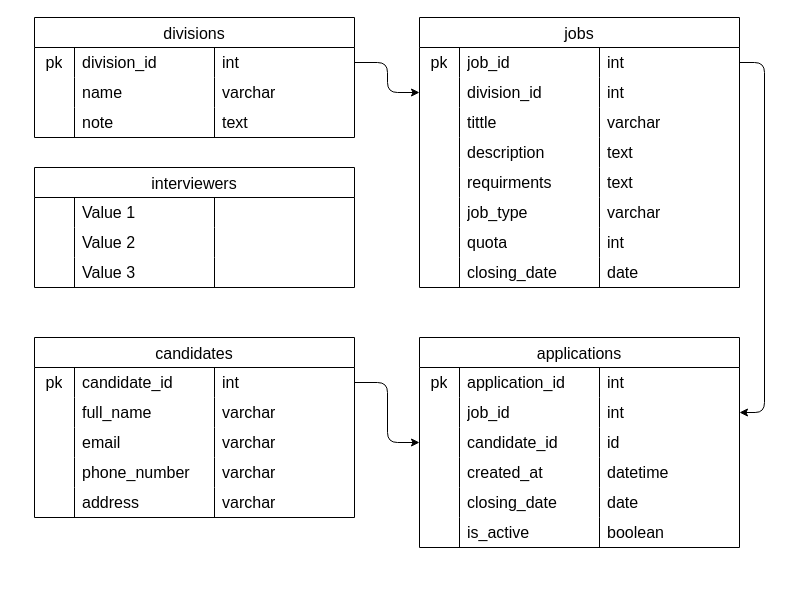
xcyltra/Group-3_Final-Exam_AP keeps this draw.io diagram as ERD.drawio. Above is the earlier version. Source tidied: cells renumbered, new cells numbered last; positions are measured from the earlier drawing's top-left corner, leaving out a move shared by most shapes. Both pictures are drawn from the tidied source at 100%, with x=0, y=0 at pixel (34, 17).
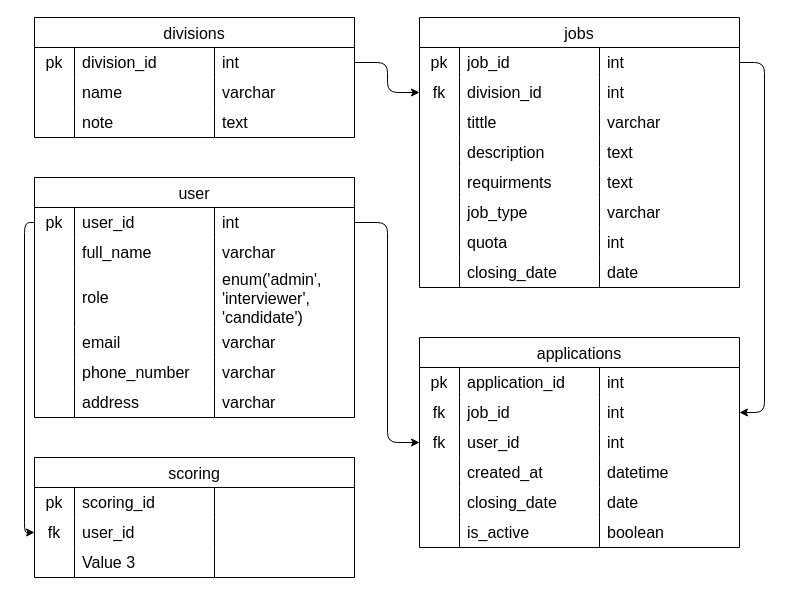
Above is the later version.

Unchanged cells that the change refers to:
```xml
<mxCell id="20" style="shape=tableRow;horizontal=0;startSize=0;swimlaneHead=0;swimlaneBody=0;top=0;left=0;bottom=0;right=0;fillColor=none;points=[[0,0.5],[1,0.5]];portConstraint=eastwest;strokeColor=inherit;fontSize=16;" parent="15" vertex="1">
  <mxGeometry y="60" width="320" height="30" as="geometry" />
</mxCell>
<mxCell id="62" style="shape=tableRow;horizontal=0;startSize=0;swimlaneHead=0;swimlaneBody=0;top=0;left=0;bottom=0;right=0;fillColor=none;points=[[0,0.5],[1,0.5]];portConstraint=eastwest;strokeColor=inherit;fontSize=16;" parent="61" vertex="1">
  <mxGeometry y="30" width="320" height="30" as="geometry" />
</mxCell>
<mxCell id="87" style="shape=tableRow;horizontal=0;startSize=0;swimlaneHead=0;swimlaneBody=0;top=0;left=0;bottom=0;right=0;fillColor=none;points=[[0,0.5],[1,0.5]];portConstraint=eastwest;strokeColor=inherit;fontSize=16;" parent="82" vertex="1">
  <mxGeometry y="60" width="320" height="30" as="geometry" />
</mxCell>
<mxCell id="91" style="shape=tableRow;horizontal=0;startSize=0;swimlaneHead=0;swimlaneBody=0;top=0;left=0;bottom=0;right=0;fillColor=none;points=[[0,0.5],[1,0.5]];portConstraint=eastwest;strokeColor=inherit;fontSize=16;" parent="82" vertex="1">
  <mxGeometry y="90" width="320" height="30" as="geometry" />
</mxCell>
```

What changed in the source:
```diff
@@
-    <mxCell id="21" style="shape=partialRectangle;html=1;whiteSpace=wrap;fillColor=none;top=0;left=0;bottom=0;right=0;overflow=hidden;strokeColor=inherit;fontSize=16;" parent="20" vertex="1">
+    <mxCell id="21" value="fk" style="shape=partialRectangle;html=1;whiteSpace=wrap;fillColor=none;top=0;left=0;bottom=0;right=0;overflow=hidden;strokeColor=inherit;fontSize=16;" parent="20" vertex="1">
       <mxGeometry width="40" height="30" as="geometry" />
     </mxCell>
@@
-    <mxCell id="48" value="interviewers" style="shape=table;startSize=30;childLayout=tableLayout;rowLines=0;fontStyle=0;strokeColor=default;fontSize=16;" parent="1" vertex="1">
-      <mxGeometry y="150" width="320" height="120" as="geometry" />
-    </mxCell>
-    <mxCell id="49" style="shape=tableRow;horizontal=0;startSize=0;swimlaneHead=0;swimlaneBody=0;top=0;left=0;bottom=0;right=0;fillColor=none;strokeColor=inherit;fontSize=16;" parent="48" vertex="1">
-      <mxGeometry y="30" width="320" height="30" as="geometry" />
-    </mxCell>
-    <mxCell id="50" style="shape=partialRectangle;html=1;whiteSpace=wrap;fillColor=none;top=0;left=0;bottom=0;right=0;overflow=hidden;strokeColor=inherit;fontSize=16;" parent="49" vertex="1">
-      <mxGeometry width="40" height="30" as="geometry" />
-    </mxCell>
-    <mxCell id="51" value="Value 1" style="shape=partialRectangle;html=1;whiteSpace=wrap;fillColor=none;top=0;left=0;bottom=0;right=0;align=left;spacingLeft=6;overflow=hidden;strokeColor=inherit;fontSize=16;" parent="49" vertex="1">
-      <mxGeometry x="40" width="140" height="30" as="geometry" />
-    </mxCell>
-    <mxCell id="52" style="shape=partialRectangle;html=1;whiteSpace=wrap;fillColor=none;top=0;left=0;bottom=0;right=0;align=left;spacingLeft=6;overflow=hidden;strokeColor=inherit;fontSize=16;" parent="49" vertex="1">
-      <mxGeometry x="180" width="140" height="30" as="geometry" />
-    </mxCell>
-    <mxCell id="53" style="shape=tableRow;horizontal=0;startSize=0;swimlaneHead=0;swimlaneBody=0;top=0;left=0;bottom=0;right=0;fillColor=none;points=[[0,0.5],[1,0.5]];portConstraint=eastwest;strokeColor=inherit;fontSize=16;" parent="48" vertex="1">
-      <mxGeometry y="60" width="320" height="30" as="geometry" />
-    </mxCell>
-    <mxCell id="54" style="shape=partialRectangle;html=1;whiteSpace=wrap;fillColor=none;top=0;left=0;bottom=0;right=0;overflow=hidden;strokeColor=inherit;fontSize=16;" parent="53" vertex="1">
-      <mxGeometry width="40" height="30" as="geometry" />
-    </mxCell>
-    <mxCell id="55" value="Value 2" style="shape=partialRectangle;html=1;whiteSpace=wrap;fillColor=none;top=0;left=0;bottom=0;right=0;align=left;spacingLeft=6;overflow=hidden;strokeColor=inherit;fontSize=16;" parent="53" vertex="1">
-      <mxGeometry x="40" width="140" height="30" as="geometry" />
-    </mxCell>
-    <mxCell id="56" style="shape=partialRectangle;html=1;whiteSpace=wrap;fillColor=none;top=0;left=0;bottom=0;right=0;align=left;spacingLeft=6;overflow=hidden;strokeColor=inherit;fontSize=16;" parent="53" vertex="1">
-      <mxGeometry x="180" width="140" height="30" as="geometry" />
-    </mxCell>
-    <mxCell id="57" style="shape=tableRow;horizontal=0;startSize=0;swimlaneHead=0;swimlaneBody=0;top=0;left=0;bottom=0;right=0;fillColor=none;strokeColor=inherit;fontSize=16;" parent="48" vertex="1">
-      <mxGeometry y="90" width="320" height="30" as="geometry" />
-    </mxCell>
-    <mxCell id="58" style="shape=partialRectangle;html=1;whiteSpace=wrap;fillColor=none;top=0;left=0;bottom=0;right=0;overflow=hidden;strokeColor=inherit;fontSize=16;" parent="57" vertex="1">
-      <mxGeometry width="40" height="30" as="geometry" />
-    </mxCell>
-    <mxCell id="59" value="Value 3" style="shape=partialRectangle;html=1;whiteSpace=wrap;fillColor=none;top=0;left=0;bottom=0;right=0;align=left;spacingLeft=6;overflow=hidden;strokeColor=inherit;fontSize=16;" parent="57" vertex="1">
-      <mxGeometry x="40" width="140" height="30" as="geometry" />
-    </mxCell>
-    <mxCell id="60" style="shape=partialRectangle;html=1;whiteSpace=wrap;fillColor=none;top=0;left=0;bottom=0;right=0;align=left;spacingLeft=6;overflow=hidden;strokeColor=inherit;fontSize=16;" parent="57" vertex="1">
-      <mxGeometry x="180" width="140" height="30" as="geometry" />
-    </mxCell>
-    <mxCell id="61" value="candidates" style="shape=table;startSize=30;childLayout=tableLayout;rowLines=0;fontStyle=0;strokeColor=default;fontSize=16;" parent="1" vertex="1">
-      <mxGeometry y="320" width="320" height="180" as="geometry" />
+    <mxCell id="61" value="user" style="shape=table;startSize=30;childLayout=tableLayout;rowLines=0;fontStyle=0;strokeColor=default;fontSize=16;" parent="1" vertex="1">
+      <mxGeometry y="160" width="320" height="240" as="geometry" />
     </mxCell>
@@
-    <mxCell id="64" value="candidate_id" style="shape=partialRectangle;html=1;whiteSpace=wrap;fillColor=none;top=0;left=0;bottom=0;right=0;align=left;spacingLeft=6;overflow=hidden;strokeColor=inherit;fontSize=16;" parent="62" vertex="1">
+    <mxCell id="64" value="user_id" style="shape=partialRectangle;html=1;whiteSpace=wrap;fillColor=none;top=0;left=0;bottom=0;right=0;align=left;spacingLeft=6;overflow=hidden;strokeColor=inherit;fontSize=16;" parent="62" vertex="1">
       <mxGeometry x="40" width="140" height="30" as="geometry" />
     </mxCell>
@@
+    <mxCell id="110" style="shape=tableRow;horizontal=0;startSize=0;swimlaneHead=0;swimlaneBody=0;top=0;left=0;bottom=0;right=0;fillColor=none;strokeColor=inherit;fontSize=16;" parent="61" vertex="1">
+      <mxGeometry y="90" width="320" height="60" as="geometry" />
+    </mxCell>
+    <mxCell id="111" style="shape=partialRectangle;html=1;whiteSpace=wrap;fillColor=none;top=0;left=0;bottom=0;right=0;overflow=hidden;strokeColor=inherit;fontSize=16;" parent="110" vertex="1">
+      <mxGeometry width="40" height="60" as="geometry" />
+    </mxCell>
+    <mxCell id="112" value="role" style="shape=partialRectangle;html=1;whiteSpace=wrap;fillColor=none;top=0;left=0;bottom=0;right=0;align=left;spacingLeft=6;overflow=hidden;strokeColor=inherit;fontSize=16;" parent="110" vertex="1">
+      <mxGeometry x="40" width="140" height="60" as="geometry" />
+    </mxCell>
+    <mxCell id="113" value="enum('admin', 'interviewer', 'candidate')" style="shape=partialRectangle;html=1;whiteSpace=wrap;fillColor=none;top=0;left=0;bottom=0;right=0;align=left;spacingLeft=6;overflow=hidden;strokeColor=inherit;fontSize=16;" parent="110" vertex="1">
+      <mxGeometry x="180" width="140" height="60" as="geometry" />
+    </mxCell>
     <mxCell id="70" style="shape=tableRow;horizontal=0;startSize=0;swimlaneHead=0;swimlaneBody=0;top=0;left=0;bottom=0;right=0;fillColor=none;strokeColor=inherit;fontSize=16;" parent="61" vertex="1">
-      <mxGeometry y="90" width="320" height="30" as="geometry" />
+      <mxGeometry y="150" width="320" height="30" as="geometry" />
     </mxCell>
@@
     <mxCell id="74" style="shape=tableRow;horizontal=0;startSize=0;swimlaneHead=0;swimlaneBody=0;top=0;left=0;bottom=0;right=0;fillColor=none;strokeColor=inherit;fontSize=16;" parent="61" vertex="1">
-      <mxGeometry y="120" width="320" height="30" as="geometry" />
+      <mxGeometry y="180" width="320" height="30" as="geometry" />
     </mxCell>
@@
     <mxCell id="78" style="shape=tableRow;horizontal=0;startSize=0;swimlaneHead=0;swimlaneBody=0;top=0;left=0;bottom=0;right=0;fillColor=none;strokeColor=inherit;fontSize=16;" parent="61" vertex="1">
-      <mxGeometry y="150" width="320" height="30" as="geometry" />
+      <mxGeometry y="210" width="320" height="30" as="geometry" />
     </mxCell>
@@
-    <mxCell id="88" style="shape=partialRectangle;html=1;whiteSpace=wrap;fillColor=none;top=0;left=0;bottom=0;right=0;overflow=hidden;strokeColor=inherit;fontSize=16;" parent="87" vertex="1">
+    <mxCell id="88" value="fk" style="shape=partialRectangle;html=1;whiteSpace=wrap;fillColor=none;top=0;left=0;bottom=0;right=0;overflow=hidden;strokeColor=inherit;fontSize=16;" parent="87" vertex="1">
       <mxGeometry width="40" height="30" as="geometry" />
     </mxCell>
@@
-    <mxCell id="92" style="shape=partialRectangle;html=1;whiteSpace=wrap;fillColor=none;top=0;left=0;bottom=0;right=0;overflow=hidden;strokeColor=inherit;fontSize=16;" parent="91" vertex="1">
+    <mxCell id="92" value="fk" style="shape=partialRectangle;html=1;whiteSpace=wrap;fillColor=none;top=0;left=0;bottom=0;right=0;overflow=hidden;strokeColor=inherit;fontSize=16;" parent="91" vertex="1">
       <mxGeometry width="40" height="30" as="geometry" />
     </mxCell>
-    <mxCell id="93" value="candidate_id" style="shape=partialRectangle;html=1;whiteSpace=wrap;fillColor=none;top=0;left=0;bottom=0;right=0;align=left;spacingLeft=6;overflow=hidden;strokeColor=inherit;fontSize=16;" parent="91" vertex="1">
+    <mxCell id="93" value="user_id" style="shape=partialRectangle;html=1;whiteSpace=wrap;fillColor=none;top=0;left=0;bottom=0;right=0;align=left;spacingLeft=6;overflow=hidden;strokeColor=inherit;fontSize=16;" parent="91" vertex="1">
       <mxGeometry x="40" width="140" height="30" as="geometry" />
     </mxCell>
-    <mxCell id="94" value="id" style="shape=partialRectangle;html=1;whiteSpace=wrap;fillColor=none;top=0;left=0;bottom=0;right=0;align=left;spacingLeft=6;overflow=hidden;strokeColor=inherit;fontSize=16;" parent="91" vertex="1">
+    <mxCell id="94" value="int" style="shape=partialRectangle;html=1;whiteSpace=wrap;fillColor=none;top=0;left=0;bottom=0;right=0;align=left;spacingLeft=6;overflow=hidden;strokeColor=inherit;fontSize=16;" parent="91" vertex="1">
       <mxGeometry x="180" width="140" height="30" as="geometry" />
     </mxCell>
@@
+    <mxCell id="114" value="scoring" style="shape=table;startSize=30;childLayout=tableLayout;rowLines=0;fontStyle=0;strokeColor=default;fontSize=16;" parent="1" vertex="1">
+      <mxGeometry y="440" width="320" height="120" as="geometry" />
+    </mxCell>
+    <mxCell id="49" style="shape=tableRow;horizontal=0;startSize=0;swimlaneHead=0;swimlaneBody=0;top=0;left=0;bottom=0;right=0;fillColor=none;strokeColor=inherit;fontSize=16;" parent="114" vertex="1">
+      <mxGeometry y="30" width="320" height="30" as="geometry" />
+    </mxCell>
+    <mxCell id="115" value="pk" style="shape=partialRectangle;html=1;whiteSpace=wrap;fillColor=none;top=0;left=0;bottom=0;right=0;overflow=hidden;strokeColor=inherit;fontSize=16;" parent="49" vertex="1">
+      <mxGeometry width="40" height="30" as="geometry" />
+    </mxCell>
+    <mxCell id="116" value="scoring_id" style="shape=partialRectangle;html=1;whiteSpace=wrap;fillColor=none;top=0;left=0;bottom=0;right=0;align=left;spacingLeft=6;overflow=hidden;strokeColor=inherit;fontSize=16;" parent="49" vertex="1">
+      <mxGeometry x="40" width="140" height="30" as="geometry" />
+    </mxCell>
+    <mxCell id="117" style="shape=partialRectangle;html=1;whiteSpace=wrap;fillColor=none;top=0;left=0;bottom=0;right=0;align=left;spacingLeft=6;overflow=hidden;strokeColor=inherit;fontSize=16;" parent="49" vertex="1">
+      <mxGeometry x="180" width="140" height="30" as="geometry" />
+    </mxCell>
+    <mxCell id="53" style="shape=tableRow;horizontal=0;startSize=0;swimlaneHead=0;swimlaneBody=0;top=0;left=0;bottom=0;right=0;fillColor=none;points=[[0,0.5],[1,0.5]];portConstraint=eastwest;strokeColor=inherit;fontSize=16;" parent="114" vertex="1">
+      <mxGeometry y="60" width="320" height="30" as="geometry" />
+    </mxCell>
+    <mxCell id="118" value="fk" style="shape=partialRectangle;html=1;whiteSpace=wrap;fillColor=none;top=0;left=0;bottom=0;right=0;overflow=hidden;strokeColor=inherit;fontSize=16;" parent="53" vertex="1">
+      <mxGeometry width="40" height="30" as="geometry" />
+    </mxCell>
+    <mxCell id="119" value="user_id" style="shape=partialRectangle;html=1;whiteSpace=wrap;fillColor=none;top=0;left=0;bottom=0;right=0;align=left;spacingLeft=6;overflow=hidden;strokeColor=inherit;fontSize=16;" parent="53" vertex="1">
+      <mxGeometry x="40" width="140" height="30" as="geometry" />
+    </mxCell>
+    <mxCell id="120" style="shape=partialRectangle;html=1;whiteSpace=wrap;fillColor=none;top=0;left=0;bottom=0;right=0;align=left;spacingLeft=6;overflow=hidden;strokeColor=inherit;fontSize=16;" parent="53" vertex="1">
+      <mxGeometry x="180" width="140" height="30" as="geometry" />
+    </mxCell>
+    <mxCell id="57" style="shape=tableRow;horizontal=0;startSize=0;swimlaneHead=0;swimlaneBody=0;top=0;left=0;bottom=0;right=0;fillColor=none;strokeColor=inherit;fontSize=16;" parent="114" vertex="1">
+      <mxGeometry y="90" width="320" height="30" as="geometry" />
+    </mxCell>
+    <mxCell id="121" style="shape=partialRectangle;html=1;whiteSpace=wrap;fillColor=none;top=0;left=0;bottom=0;right=0;overflow=hidden;strokeColor=inherit;fontSize=16;" parent="57" vertex="1">
+      <mxGeometry width="40" height="30" as="geometry" />
+    </mxCell>
+    <mxCell id="59" value="Value 3" style="shape=partialRectangle;html=1;whiteSpace=wrap;fillColor=none;top=0;left=0;bottom=0;right=0;align=left;spacingLeft=6;overflow=hidden;strokeColor=inherit;fontSize=16;" parent="57" vertex="1">
+      <mxGeometry x="40" width="140" height="30" as="geometry" />
+    </mxCell>
+    <mxCell id="122" style="shape=partialRectangle;html=1;whiteSpace=wrap;fillColor=none;top=0;left=0;bottom=0;right=0;align=left;spacingLeft=6;overflow=hidden;strokeColor=inherit;fontSize=16;" parent="57" vertex="1">
+      <mxGeometry x="180" width="140" height="30" as="geometry" />
+    </mxCell>
+    <mxCell id="123" style="edgeStyle=orthogonalEdgeStyle;html=1;entryX=0;entryY=0.5;entryDx=0;entryDy=0;" parent="1" edge="1" source="62" target="53">
+      <mxGeometry relative="1" as="geometry" />
+    </mxCell>
```
